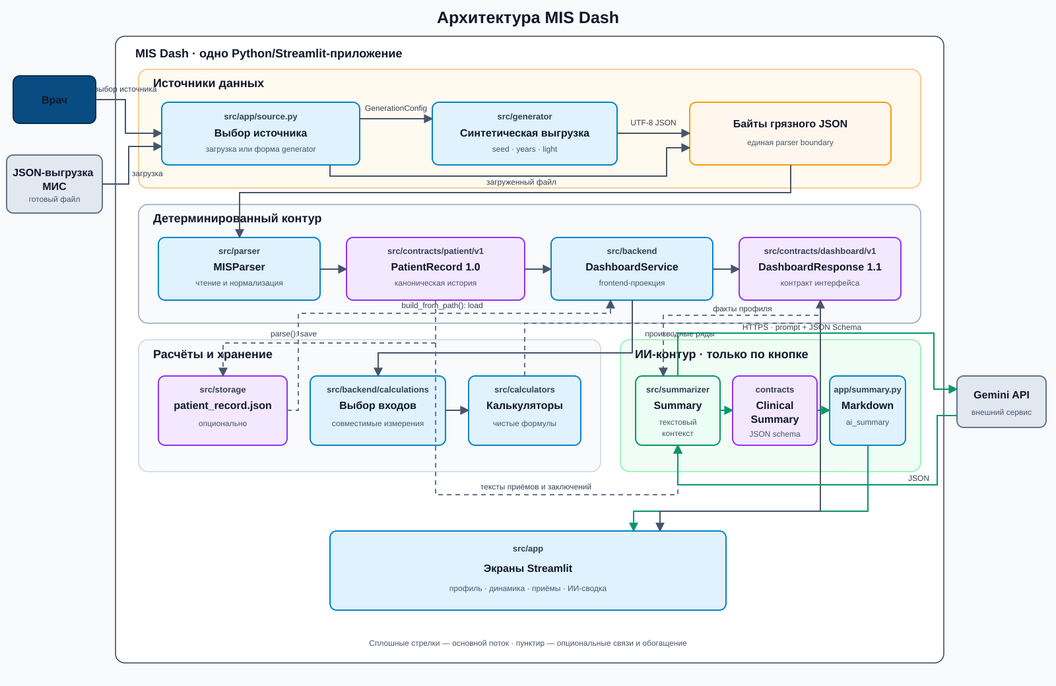
rsul07/MISDash keeps this Mermaid diagram as docs/diagrams/rendered/system-architecture.png. Above is the earlier version. Its source is kept beside it as docs/diagrams/src/system-architecture.mmd.
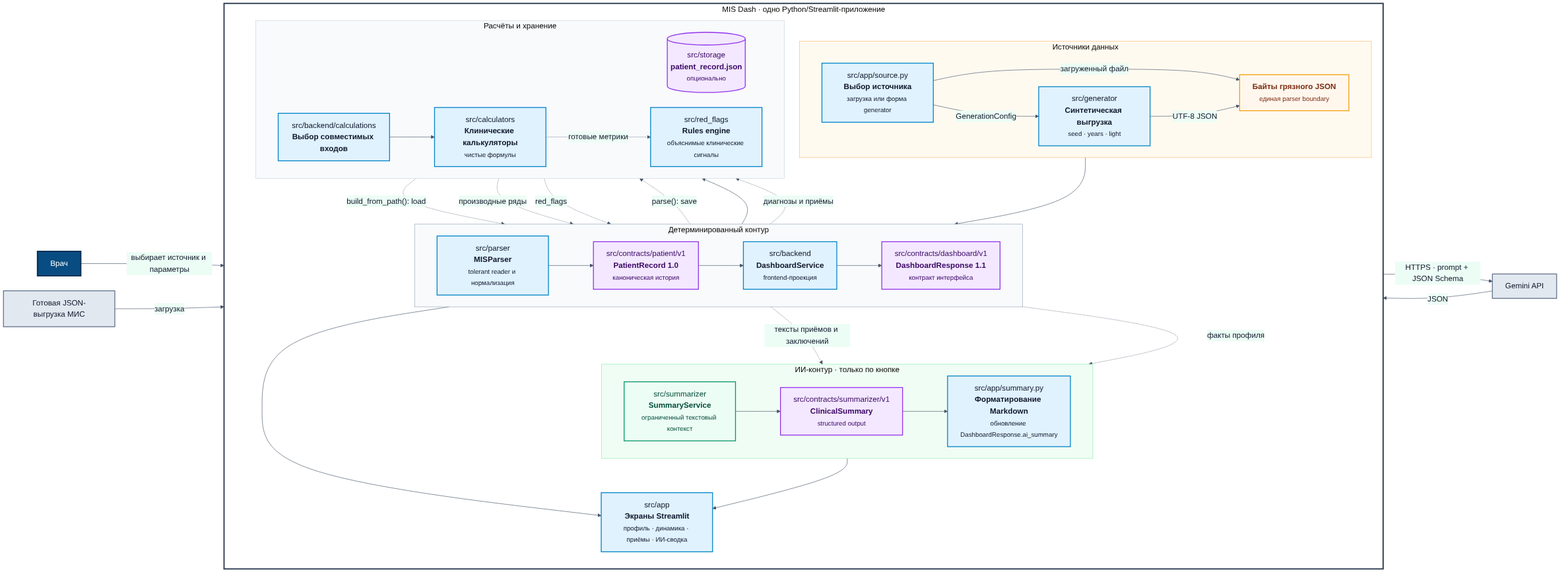
The same diagram one commit later.

Diff of the diagram source:
```diff
@@ -32,6 +32,7 @@
             storage[("src/storage<br/><b>patient_record.json</b><br/><small>опционально</small>")]
             selection["src/backend/calculations<br/><b>Выбор совместимых входов</b>"]
             calculators["src/calculators<br/><b>Клинические калькуляторы</b><br/><small>чистые формулы</small>"]
+            rules["src/red_flags<br/><b>Rules engine</b><br/><small>объяснимые клинические сигналы</small>"]
             selection --> calculators
         end
 
@@ -50,6 +51,9 @@
         storage -. "build_from_path(): load" .-> backend
         backend --> selection
         calculators -. "производные ряды" .-> response
+        calculators -. "готовые метрики" .-> rules
+        record -. "диагнозы и приёмы" .-> rules
+        rules -. "red_flags" .-> response
         record -. "тексты приёмов и заключений" .-> summary
         response -. "факты профиля" .-> summary
         response --> views
@@ -68,7 +72,7 @@
     classDef data fill:#fff7ed,stroke:#f59e0b,color:#7c2d12,stroke-width:2px;
     classDef external fill:#e2e8f0,stroke:#64748b,color:#0f172a,stroke-width:2px;
     class doctor person;
-    class source,generator,views,summary_ui,parser,backend,selection,calculators module;
+    class source,generator,views,summary_ui,parser,backend,selection,calculators,rules module;
     class raw data;
     class record,response,storage,clinical contract;
     class summary ai;
```
